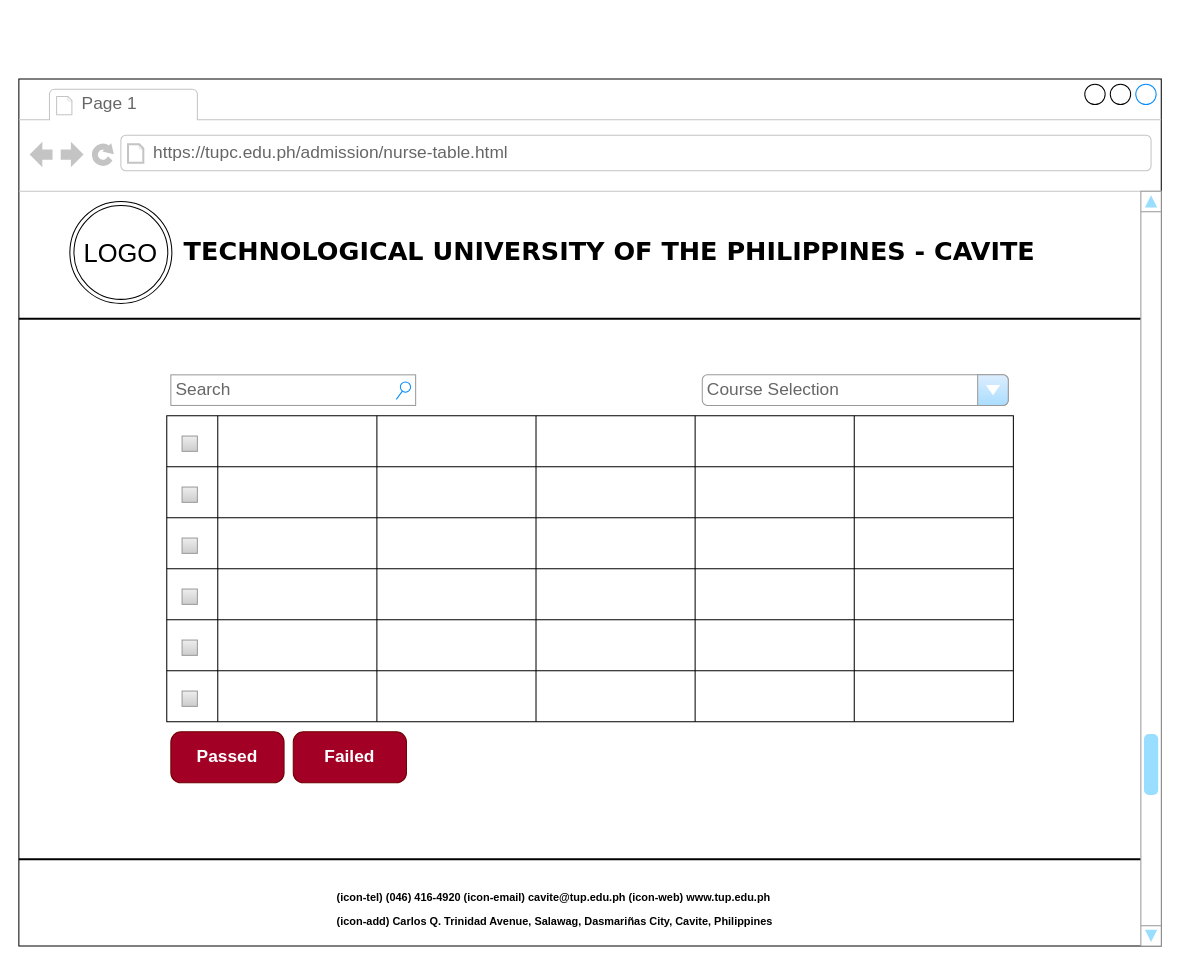
This is wireframe/Nurse-table.drawio from paofrencillo/WEB-APP, a draw.io file, before an edit. Source tidied: cells renumbered, new cells numbered last; positions are measured from the earlier drawing's top-left corner, leaving out a move shared by most shapes. Both pictures are drawn from the tidied source at 102%, with x=0, y=0 at pixel (18, 79).
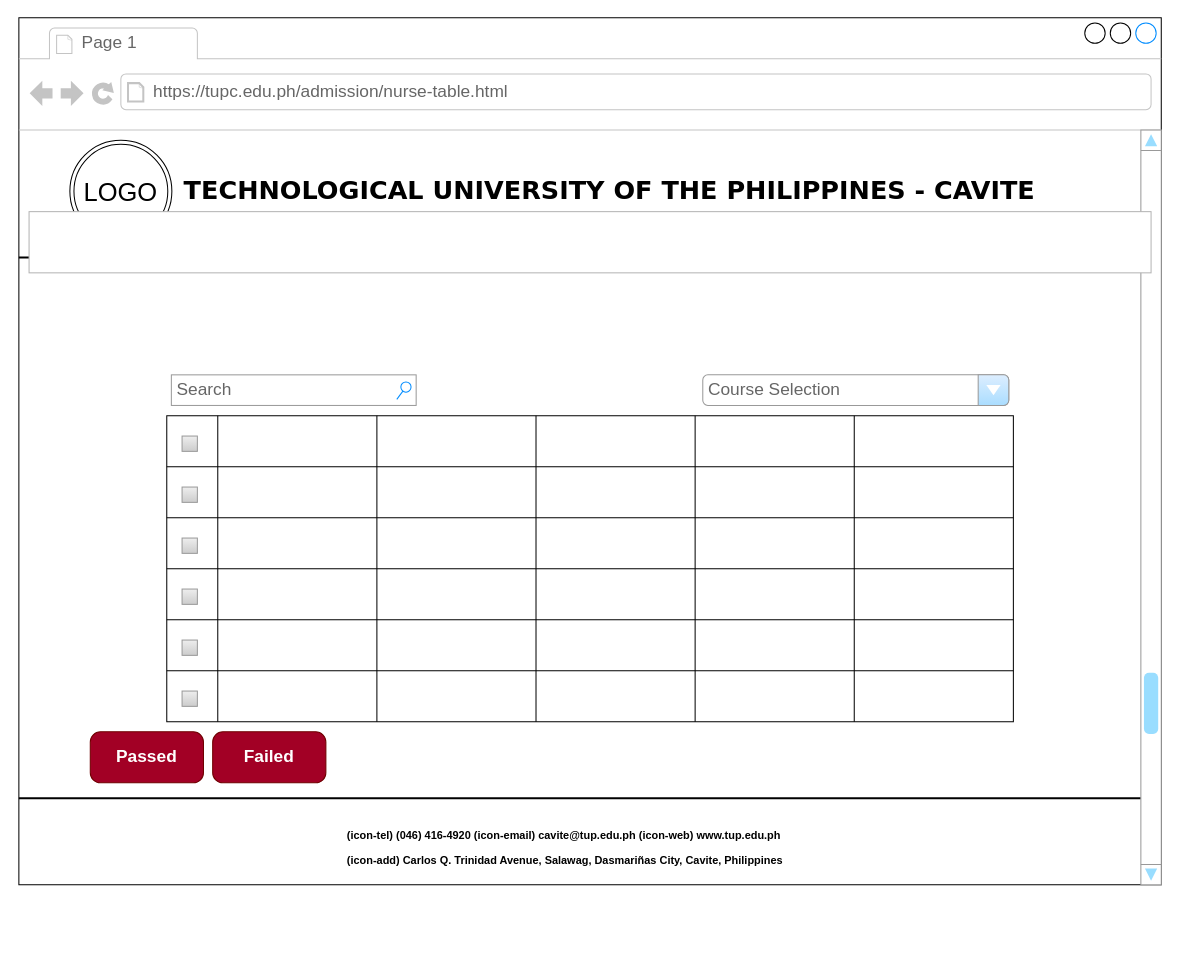
The same diagram, later.

Change to the diagram source:
```diff
@@
     <mxCell id="2" style="strokeWidth=1;shadow=0;dashed=0;align=center;html=1;shape=mxgraph.mockup.containers.browserWindow;rSize=0;strokeColor2=#008cff;strokeColor3=#c4c4c4;mainText=,;fontSize=25;spacing=1;" parent="1" vertex="1">
-      <mxGeometry width="1120" height="850" as="geometry" />
+      <mxGeometry y="-60" width="1120" height="850" as="geometry" />
     </mxCell>
@@
     <mxCell id="10" value="&lt;span style=&quot;font-family: &amp;#34;euphemia&amp;#34; ; font-size: 10.72px ; font-weight: 700&quot;&gt;(icon-tel) (046) 416-4920 (icon-email) cavite@tup.edu.ph (icon-web) www.tup.edu.ph&lt;br&gt;&lt;/span&gt;&lt;span style=&quot;font-family: &amp;#34;euphemia&amp;#34; ; font-size: 10.72px ; font-weight: 700&quot;&gt;(icon-add) Carlos Q. Trinidad Avenue, Salawag, Dasmariñas City, Cavite, Philippines&lt;/span&gt;&lt;span style=&quot;font-family: &amp;#34;euphemia&amp;#34; ; font-size: 10.72px ; font-weight: 700&quot;&gt;&lt;br&gt;&lt;/span&gt;" style="rounded=0;whiteSpace=wrap;html=1;fontSize=20;strokeWidth=1;fillColor=none;align=left;verticalAlign=top;strokeColor=none;" parent="2" vertex="1">
-      <mxGeometry x="310" y="780" width="480" height="60" as="geometry" />
+      <mxGeometry x="320" y="780" width="480" height="60" as="geometry" />
     </mxCell>
     <mxCell id="11" value="Search" style="strokeWidth=1;shadow=0;dashed=0;align=center;html=1;shape=mxgraph.mockup.forms.searchBox;strokeColor=#999999;mainText=;strokeColor2=#008cff;fontColor=#666666;fontSize=17;align=left;spacingLeft=3;rounded=0;fillColor=#FFFFFF;" parent="2" vertex="1">
-      <mxGeometry x="149" y="290" width="240" height="30" as="geometry" />
+      <mxGeometry x="149.5" y="350" width="240" height="30" as="geometry" />
     </mxCell>
     <mxCell id="12" value="Course Selection" style="strokeWidth=1;shadow=0;dashed=0;align=center;html=1;shape=mxgraph.mockup.forms.comboBox;strokeColor=#999999;fillColor=#ddeeff;align=left;fillColor2=#aaddff;mainText=;fontColor=#666666;fontSize=17;spacingLeft=3;rounded=0;" parent="2" vertex="1">
-      <mxGeometry x="670" y="290" width="300" height="30" as="geometry" />
+      <mxGeometry x="670.5" y="350" width="300" height="30" as="geometry" />
     </mxCell>
     <mxCell id="13" value="Passed" style="strokeWidth=1;shadow=0;dashed=0;align=center;html=1;shape=mxgraph.mockup.buttons.button;strokeColor=#6F0000;fontColor=#ffffff;mainText=;buttonStyle=round;fontSize=17;fontStyle=1;fillColor=#a20025;whiteSpace=wrap;rounded=0;" parent="2" vertex="1">
-      <mxGeometry x="149" y="640" width="111" height="50" as="geometry" />
+      <mxGeometry x="70" y="700" width="111" height="50" as="geometry" />
     </mxCell>
     <mxCell id="14" value="Failed" style="strokeWidth=1;shadow=0;dashed=0;align=center;html=1;shape=mxgraph.mockup.buttons.button;strokeColor=#6F0000;fontColor=#ffffff;mainText=;buttonStyle=round;fontSize=17;fontStyle=1;fillColor=#a20025;whiteSpace=wrap;rounded=0;" parent="2" vertex="1">
-      <mxGeometry x="269" y="640" width="111" height="50" as="geometry" />
+      <mxGeometry x="190" y="700" width="111" height="50" as="geometry" />
     </mxCell>
+    <mxCell id="64" style="rounded=0;whiteSpace=wrap;html=1;strokeColor=#B3B3B3;" parent="2" vertex="1">
+      <mxGeometry x="10" y="190" width="1100" height="60" as="geometry" />
+    </mxCell>
```
